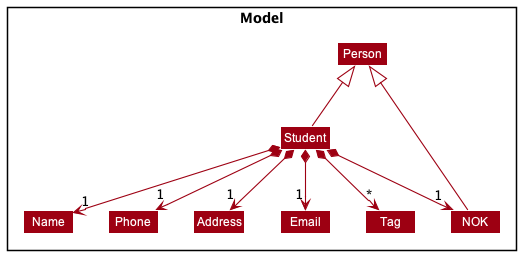
Before: docs/images/StudentModelClassDiagram.png, a diagram exported from PlantUML (softmagnet/tp).
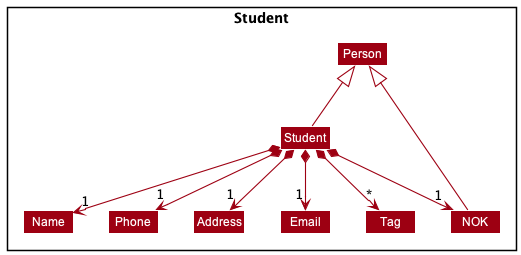
After the change.

Commit message:
Fix small errors in DG model component

The edit, as a diff of the source:
```diff
@@ -4,7 +4,7 @@
 skinparam arrowColor MODEL_COLOR
 skinparam classBackgroundColor MODEL_COLOR
 
-Package Model <<Rectangle>>{
+Package Student <<Rectangle>>{
 
 Class Person
 Class Student
```
